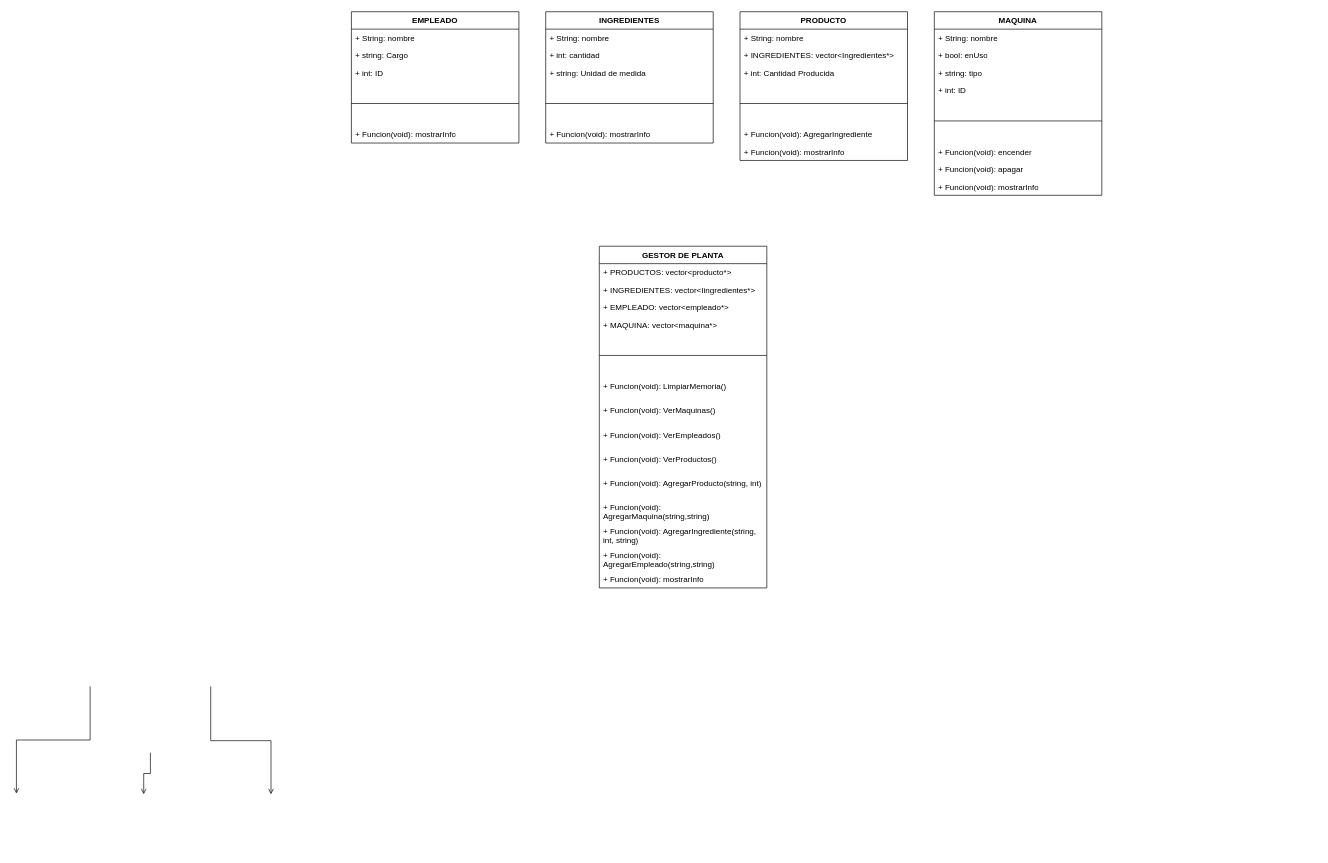
RoyGeova07/Proyecto_Progra3_Simulador-Avanzado-de-Gestion-de-una-Planta-Industrial-Inteligente keeps this draw.io diagram as DiagramaProyecto.drawio. Above is the earlier version. Source tidied: cells renumbered, new cells numbered last; positions are measured from the earlier drawing's top-left corner, leaving out a move shared by most shapes. Both pictures are drawn from the tidied source at 67%, with x=0, y=0 at pixel (16, 11).
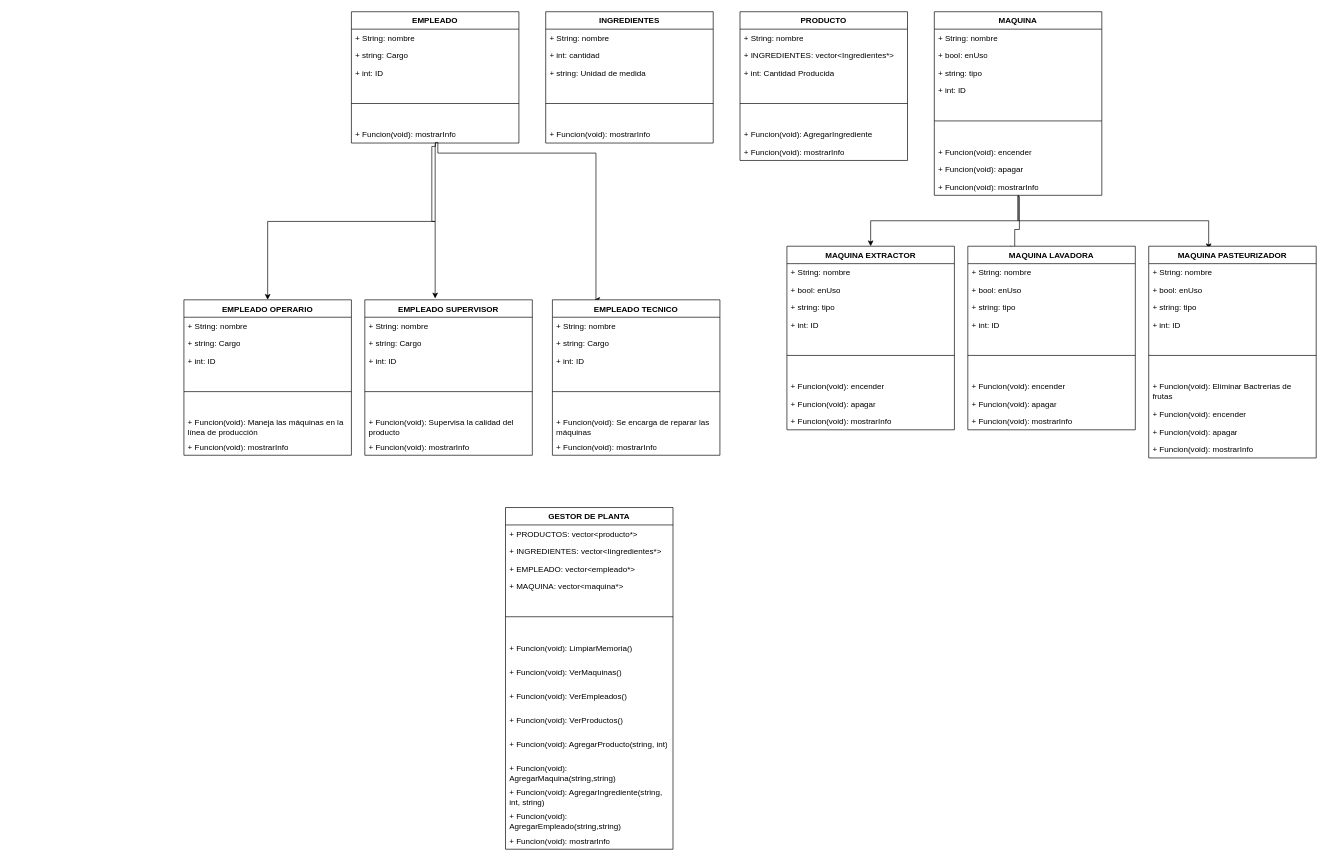
The same diagram, later.

The change refers to these unchanged cells:
```xml
<mxCell id="18" value="EMPLEADO" style="swimlane;fontStyle=1;align=center;verticalAlign=top;horizontal=1;startSize=26;whiteSpace=wrap;html=1;" parent="1" vertex="1">
  <mxGeometry x="500" width="250" height="196" as="geometry" />
</mxCell>
<mxCell id="23" value="+ Funcion(void): mostrarInfo" style="text;strokeColor=none;fillColor=none;align=left;verticalAlign=top;spacingLeft=4;spacingRight=4;overflow=hidden;points=[[0,0.5],[1,0.5]];portConstraint=eastwest;whiteSpace=wrap;html=1;" parent="18" vertex="1">
  <mxGeometry y="170" width="250" height="26" as="geometry" />
</mxCell>
<mxCell id="24" value="MAQUINA" style="swimlane;fontStyle=1;align=center;verticalAlign=top;horizontal=1;startSize=26;whiteSpace=wrap;html=1;" parent="1" vertex="1">
  <mxGeometry x="1370" width="250" height="274" as="geometry" />
</mxCell>
<mxCell id="32" value="+ Funcion(void): mostrarInfo" style="text;strokeColor=none;fillColor=none;align=left;verticalAlign=top;spacingLeft=4;spacingRight=4;overflow=hidden;points=[[0,0.5],[1,0.5]];portConstraint=eastwest;whiteSpace=wrap;html=1;" parent="24" vertex="1">
  <mxGeometry y="248" width="250" height="26" as="geometry" />
</mxCell>
```

Diff of the diagram source:
```diff
@@
-    <mxCell id="2" style="endArrow=open;shadow=0;strokeWidth=1;rounded=0;curved=0;endFill=1;edgeStyle=elbowEdgeStyle;elbow=vertical;exitX=0;exitY=0.5;exitDx=0;exitDy=0;entryX=0.5;entryY=0;entryDx=0;entryDy=0;" parent="1" edge="1">
-      <mxGeometry x="0.5" y="41" relative="1" as="geometry">
-        <mxPoint x="110" y="1007" as="sourcePoint" />
-        <mxPoint y="1167" as="targetPoint" />
-        <mxPoint x="-40" y="32" as="offset" />
-      </mxGeometry>
-    </mxCell>
-    <mxCell id="3" style="endArrow=open;shadow=0;strokeWidth=1;rounded=0;curved=0;endFill=1;edgeStyle=elbowEdgeStyle;elbow=vertical;entryX=0.5;entryY=0;entryDx=0;entryDy=0;exitX=0.5;exitY=1;exitDx=0;exitDy=0;" parent="1" edge="1">
-      <mxGeometry x="0.5" y="41" relative="1" as="geometry">
-        <mxPoint x="200" y="1106" as="sourcePoint" />
-        <mxPoint x="190" y="1168" as="targetPoint" />
-        <mxPoint x="-40" y="32" as="offset" />
-      </mxGeometry>
-    </mxCell>
-    <mxCell id="4" style="endArrow=open;shadow=0;strokeWidth=1;rounded=0;curved=0;endFill=1;edgeStyle=elbowEdgeStyle;elbow=vertical;exitX=1;exitY=0.5;exitDx=0;exitDy=0;entryX=0.5;entryY=0;entryDx=0;entryDy=0;" parent="1" edge="1">
-      <mxGeometry x="0.5" y="41" relative="1" as="geometry">
-        <mxPoint x="290" y="1007" as="sourcePoint" />
-        <mxPoint x="380" y="1168" as="targetPoint" />
-        <mxPoint x="-40" y="32" as="offset" />
-      </mxGeometry>
-    </mxCell>
@@
+    <mxCell id="48" style="edgeStyle=orthogonalEdgeStyle;rounded=0;jettySize=auto;html=1;" parent="1" edge="1" source="18" target="50">
+      <mxGeometry relative="1" as="geometry" />
+    </mxCell>
@@
+    <mxCell id="49" style="edgeStyle=orthogonalEdgeStyle;rounded=0;jettySize=auto;html=1;" parent="1" edge="1" source="24" target="73">
+      <mxGeometry relative="1" as="geometry" />
+    </mxCell>
@@
     <mxCell id="33" value="GESTOR DE PLANTA" style="swimlane;fontStyle=1;align=center;verticalAlign=top;horizontal=1;startSize=26;whiteSpace=wrap;html=1;" parent="1" vertex="1">
-      <mxGeometry x="870" y="350" width="250" height="510" as="geometry" />
+      <mxGeometry x="730" y="740" width="250" height="510" as="geometry" />
     </mxCell>
@@
+    <mxCell id="50" value="EMPLEADO OPERARIO" style="swimlane;fontStyle=1;align=center;verticalAlign=top;horizontal=1;startSize=26;whiteSpace=wrap;html=1;" parent="1" vertex="1">
+      <mxGeometry x="250" y="430" width="250" height="232" as="geometry" />
+    </mxCell>
+    <mxCell id="51" value="+ String: nombre" style="text;strokeColor=none;fillColor=none;align=left;verticalAlign=top;spacingLeft=4;spacingRight=4;overflow=hidden;whiteSpace=wrap;html=1;" parent="50" vertex="1">
+      <mxGeometry y="26" width="250" height="26" as="geometry" />
+    </mxCell>
+    <mxCell id="52" value="+ string: Cargo" style="text;strokeColor=none;fillColor=none;align=left;verticalAlign=top;spacingLeft=4;spacingRight=4;overflow=hidden;whiteSpace=wrap;html=1;" parent="50" vertex="1">
+      <mxGeometry y="52" width="250" height="26" as="geometry" />
+    </mxCell>
+    <mxCell id="53" value="+ int: ID" style="text;strokeColor=none;fillColor=none;align=left;verticalAlign=top;spacingLeft=4;spacingRight=4;overflow=hidden;whiteSpace=wrap;html=1;" parent="50" vertex="1">
+      <mxGeometry y="78" width="250" height="26" as="geometry" />
+    </mxCell>
+    <mxCell id="54" style="line;strokeWidth=1;fillColor=none;align=left;verticalAlign=middle;spacingTop=-1;spacingLeft=3;spacingRight=3;labelPosition=right;strokeColor=inherit;" parent="50" vertex="1">
+      <mxGeometry y="104" width="250" height="66" as="geometry" />
+    </mxCell>
+    <mxCell id="55" value="+ Funcion(void):&amp;nbsp;Maneja las máquinas en la línea de producción" style="text;strokeColor=none;fillColor=none;align=left;verticalAlign=top;spacingLeft=4;spacingRight=4;overflow=hidden;whiteSpace=wrap;html=1;" parent="50" vertex="1">
+      <mxGeometry y="170" width="250" height="36" as="geometry" />
+    </mxCell>
+    <mxCell id="56" value="+ Funcion(void): mostrarInfo" style="text;strokeColor=none;fillColor=none;align=left;verticalAlign=top;spacingLeft=4;spacingRight=4;overflow=hidden;whiteSpace=wrap;html=1;" parent="50" vertex="1">
+      <mxGeometry y="206" width="250" height="26" as="geometry" />
+    </mxCell>
+    <mxCell id="57" style="edgeStyle=orthogonalEdgeStyle;rounded=0;jettySize=auto;html=1;exitX=0.502;exitY=1.011;exitDx=0;exitDy=0;exitPerimeter=0;entryX=0.42;entryY=-0.009;entryDx=0;entryDy=0;entryPerimeter=0;" parent="1" edge="1" source="23" target="58">
+      <mxGeometry relative="1" as="geometry">
+        <Array as="points">
+          <mxPoint x="626" y="201" />
+          <mxPoint x="620" y="201" />
+          <mxPoint x="620" y="313" />
+          <mxPoint x="625" y="313" />
+        </Array>
+      </mxGeometry>
+    </mxCell>
+    <mxCell id="58" value="EMPLEADO SUPERVISOR" style="swimlane;fontStyle=1;align=center;verticalAlign=top;horizontal=1;startSize=26;whiteSpace=wrap;html=1;" parent="1" vertex="1">
+      <mxGeometry x="520" y="430" width="250" height="232" as="geometry" />
+    </mxCell>
+    <mxCell id="59" value="+ String: nombre" style="text;strokeColor=none;fillColor=none;align=left;verticalAlign=top;spacingLeft=4;spacingRight=4;overflow=hidden;whiteSpace=wrap;html=1;" parent="58" vertex="1">
+      <mxGeometry y="26" width="250" height="26" as="geometry" />
+    </mxCell>
+    <mxCell id="60" value="+ string: Cargo" style="text;strokeColor=none;fillColor=none;align=left;verticalAlign=top;spacingLeft=4;spacingRight=4;overflow=hidden;whiteSpace=wrap;html=1;" parent="58" vertex="1">
+      <mxGeometry y="52" width="250" height="26" as="geometry" />
+    </mxCell>
+    <mxCell id="61" value="+ int: ID" style="text;strokeColor=none;fillColor=none;align=left;verticalAlign=top;spacingLeft=4;spacingRight=4;overflow=hidden;whiteSpace=wrap;html=1;" parent="58" vertex="1">
+      <mxGeometry y="78" width="250" height="26" as="geometry" />
+    </mxCell>
+    <mxCell id="62" style="line;strokeWidth=1;fillColor=none;align=left;verticalAlign=middle;spacingTop=-1;spacingLeft=3;spacingRight=3;labelPosition=right;strokeColor=inherit;" parent="58" vertex="1">
+      <mxGeometry y="104" width="250" height="66" as="geometry" />
+    </mxCell>
+    <mxCell id="63" value="+ Funcion(void):&amp;nbsp;Supervisa la calidad del producto" style="text;strokeColor=none;fillColor=none;align=left;verticalAlign=top;spacingLeft=4;spacingRight=4;overflow=hidden;whiteSpace=wrap;html=1;" parent="58" vertex="1">
+      <mxGeometry y="170" width="250" height="36" as="geometry" />
+    </mxCell>
+    <mxCell id="64" value="+ Funcion(void): mostrarInfo" style="text;strokeColor=none;fillColor=none;align=left;verticalAlign=top;spacingLeft=4;spacingRight=4;overflow=hidden;whiteSpace=wrap;html=1;" parent="58" vertex="1">
+      <mxGeometry y="206" width="250" height="26" as="geometry" />
+    </mxCell>
+    <mxCell id="65" style="edgeStyle=orthogonalEdgeStyle;rounded=0;jettySize=auto;html=1;entryX=0.25;entryY=0;entryDx=0;entryDy=0;exitX=0.499;exitY=0.967;exitDx=0;exitDy=0;exitPerimeter=0;" parent="1" edge="1" source="23" target="66">
+      <mxGeometry relative="1" as="geometry">
+        <Array as="points">
+          <mxPoint x="629" y="195" />
+          <mxPoint x="629" y="211" />
+          <mxPoint x="865" y="211" />
+          <mxPoint x="865" y="430" />
+        </Array>
+      </mxGeometry>
+    </mxCell>
+    <mxCell id="66" value="EMPLEADO TECNICO" style="swimlane;fontStyle=1;align=center;verticalAlign=top;horizontal=1;startSize=26;whiteSpace=wrap;html=1;" parent="1" vertex="1">
+      <mxGeometry x="800" y="430" width="250" height="232" as="geometry" />
+    </mxCell>
+    <mxCell id="67" value="+ String: nombre" style="text;strokeColor=none;fillColor=none;align=left;verticalAlign=top;spacingLeft=4;spacingRight=4;overflow=hidden;whiteSpace=wrap;html=1;" parent="66" vertex="1">
+      <mxGeometry y="26" width="250" height="26" as="geometry" />
+    </mxCell>
+    <mxCell id="68" value="+ string: Cargo" style="text;strokeColor=none;fillColor=none;align=left;verticalAlign=top;spacingLeft=4;spacingRight=4;overflow=hidden;whiteSpace=wrap;html=1;" parent="66" vertex="1">
+      <mxGeometry y="52" width="250" height="26" as="geometry" />
+    </mxCell>
+    <mxCell id="69" value="+ int: ID" style="text;strokeColor=none;fillColor=none;align=left;verticalAlign=top;spacingLeft=4;spacingRight=4;overflow=hidden;whiteSpace=wrap;html=1;" parent="66" vertex="1">
+      <mxGeometry y="78" width="250" height="26" as="geometry" />
+    </mxCell>
+    <mxCell id="70" style="line;strokeWidth=1;fillColor=none;align=left;verticalAlign=middle;spacingTop=-1;spacingLeft=3;spacingRight=3;labelPosition=right;strokeColor=inherit;" parent="66" vertex="1">
+      <mxGeometry y="104" width="250" height="66" as="geometry" />
+    </mxCell>
+    <mxCell id="71" value="+ Funcion(void):&amp;nbsp;Se encarga de reparar las máquinas" style="text;strokeColor=none;fillColor=none;align=left;verticalAlign=top;spacingLeft=4;spacingRight=4;overflow=hidden;whiteSpace=wrap;html=1;" parent="66" vertex="1">
+      <mxGeometry y="170" width="250" height="36" as="geometry" />
+    </mxCell>
+    <mxCell id="72" value="+ Funcion(void): mostrarInfo" style="text;strokeColor=none;fillColor=none;align=left;verticalAlign=top;spacingLeft=4;spacingRight=4;overflow=hidden;whiteSpace=wrap;html=1;" parent="66" vertex="1">
+      <mxGeometry y="206" width="250" height="26" as="geometry" />
+    </mxCell>
+    <mxCell id="73" value="MAQUINA EXTRACTOR" style="swimlane;fontStyle=1;align=center;verticalAlign=top;horizontal=1;startSize=26;whiteSpace=wrap;html=1;" parent="1" vertex="1">
+      <mxGeometry x="1150" y="350" width="250" height="274" as="geometry" />
+    </mxCell>
+    <mxCell id="74" value="+ String: nombre" style="text;strokeColor=none;fillColor=none;align=left;verticalAlign=top;spacingLeft=4;spacingRight=4;overflow=hidden;whiteSpace=wrap;html=1;" parent="73" vertex="1">
+      <mxGeometry y="26" width="250" height="26" as="geometry" />
+    </mxCell>
+    <mxCell id="75" value="+ bool: enUso" style="text;strokeColor=none;fillColor=none;align=left;verticalAlign=top;spacingLeft=4;spacingRight=4;overflow=hidden;whiteSpace=wrap;html=1;" parent="73" vertex="1">
+      <mxGeometry y="52" width="250" height="26" as="geometry" />
+    </mxCell>
+    <mxCell id="76" value="+ string: tipo" style="text;strokeColor=none;fillColor=none;align=left;verticalAlign=top;spacingLeft=4;spacingRight=4;overflow=hidden;whiteSpace=wrap;html=1;" parent="73" vertex="1">
+      <mxGeometry y="78" width="250" height="26" as="geometry" />
+    </mxCell>
+    <mxCell id="77" value="+ int: ID" style="text;strokeColor=none;fillColor=none;align=left;verticalAlign=top;spacingLeft=4;spacingRight=4;overflow=hidden;whiteSpace=wrap;html=1;" parent="73" vertex="1">
+      <mxGeometry y="104" width="250" height="26" as="geometry" />
+    </mxCell>
+    <mxCell id="78" style="line;strokeWidth=1;fillColor=none;align=left;verticalAlign=middle;spacingTop=-1;spacingLeft=3;spacingRight=3;labelPosition=right;strokeColor=inherit;" parent="73" vertex="1">
+      <mxGeometry y="130" width="250" height="66" as="geometry" />
+    </mxCell>
+    <mxCell id="79" value="+ Funcion(void): encender" style="text;strokeColor=none;fillColor=none;align=left;verticalAlign=top;spacingLeft=4;spacingRight=4;overflow=hidden;whiteSpace=wrap;html=1;" parent="73" vertex="1">
+      <mxGeometry y="196" width="250" height="26" as="geometry" />
+    </mxCell>
+    <mxCell id="80" value="+ Funcion(void): apagar" style="text;strokeColor=none;fillColor=none;align=left;verticalAlign=top;spacingLeft=4;spacingRight=4;overflow=hidden;whiteSpace=wrap;html=1;" parent="73" vertex="1">
+      <mxGeometry y="222" width="250" height="26" as="geometry" />
+    </mxCell>
+    <mxCell id="81" value="+ Funcion(void): mostrarInfo" style="text;strokeColor=none;fillColor=none;align=left;verticalAlign=top;spacingLeft=4;spacingRight=4;overflow=hidden;whiteSpace=wrap;html=1;" parent="73" vertex="1">
+      <mxGeometry y="248" width="250" height="26" as="geometry" />
+    </mxCell>
+    <mxCell id="82" style="edgeStyle=orthogonalEdgeStyle;rounded=0;jettySize=auto;html=1;exitX=0.5;exitY=1.066;exitDx=0;exitDy=0;exitPerimeter=0;entryX=0.287;entryY=0.012;entryDx=0;entryDy=0;entryPerimeter=0;" parent="1" edge="1" source="32" target="83">
+      <mxGeometry relative="1" as="geometry">
+        <Array as="points">
+          <mxPoint x="1497" y="276" />
+          <mxPoint x="1497" y="325" />
+          <mxPoint x="1490" y="325" />
+          <mxPoint x="1490" y="353" />
+        </Array>
+      </mxGeometry>
+    </mxCell>
+    <mxCell id="83" value="MAQUINA LAVADORA" style="swimlane;fontStyle=1;align=center;verticalAlign=top;horizontal=1;startSize=26;whiteSpace=wrap;html=1;" parent="1" vertex="1">
+      <mxGeometry x="1420" y="350" width="250" height="274" as="geometry" />
+    </mxCell>
+    <mxCell id="84" value="+ String: nombre" style="text;strokeColor=none;fillColor=none;align=left;verticalAlign=top;spacingLeft=4;spacingRight=4;overflow=hidden;whiteSpace=wrap;html=1;" parent="83" vertex="1">
+      <mxGeometry y="26" width="250" height="26" as="geometry" />
+    </mxCell>
+    <mxCell id="85" value="+ bool: enUso" style="text;strokeColor=none;fillColor=none;align=left;verticalAlign=top;spacingLeft=4;spacingRight=4;overflow=hidden;whiteSpace=wrap;html=1;" parent="83" vertex="1">
+      <mxGeometry y="52" width="250" height="26" as="geometry" />
+    </mxCell>
+    <mxCell id="86" value="+ string: tipo" style="text;strokeColor=none;fillColor=none;align=left;verticalAlign=top;spacingLeft=4;spacingRight=4;overflow=hidden;whiteSpace=wrap;html=1;" parent="83" vertex="1">
+      <mxGeometry y="78" width="250" height="26" as="geometry" />
+    </mxCell>
+    <mxCell id="87" value="+ int: ID" style="text;strokeColor=none;fillColor=none;align=left;verticalAlign=top;spacingLeft=4;spacingRight=4;overflow=hidden;whiteSpace=wrap;html=1;" parent="83" vertex="1">
+      <mxGeometry y="104" width="250" height="26" as="geometry" />
+    </mxCell>
+    <mxCell id="88" style="line;strokeWidth=1;fillColor=none;align=left;verticalAlign=middle;spacingTop=-1;spacingLeft=3;spacingRight=3;labelPosition=right;strokeColor=inherit;" parent="83" vertex="1">
+      <mxGeometry y="130" width="250" height="66" as="geometry" />
+    </mxCell>
+    <mxCell id="89" value="+ Funcion(void): encender" style="text;strokeColor=none;fillColor=none;align=left;verticalAlign=top;spacingLeft=4;spacingRight=4;overflow=hidden;whiteSpace=wrap;html=1;" parent="83" vertex="1">
+      <mxGeometry y="196" width="250" height="26" as="geometry" />
+    </mxCell>
+    <mxCell id="90" value="+ Funcion(void): apagar" style="text;strokeColor=none;fillColor=none;align=left;verticalAlign=top;spacingLeft=4;spacingRight=4;overflow=hidden;whiteSpace=wrap;html=1;" parent="83" vertex="1">
+      <mxGeometry y="222" width="250" height="26" as="geometry" />
+    </mxCell>
+    <mxCell id="91" value="+ Funcion(void): mostrarInfo" style="text;strokeColor=none;fillColor=none;align=left;verticalAlign=top;spacingLeft=4;spacingRight=4;overflow=hidden;whiteSpace=wrap;html=1;" parent="83" vertex="1">
+      <mxGeometry y="248" width="250" height="26" as="geometry" />
+    </mxCell>
+    <mxCell id="92" style="edgeStyle=orthogonalEdgeStyle;rounded=0;jettySize=auto;html=1;exitX=0.5;exitY=1;exitDx=0;exitDy=0;entryX=0.358;entryY=0.014;entryDx=0;entryDy=0;entryPerimeter=0;" parent="1" edge="1" source="24" target="93">
+      <mxGeometry relative="1" as="geometry" />
+    </mxCell>
+    <mxCell id="93" value="MAQUINA PASTEURIZADOR" style="swimlane;fontStyle=1;align=center;verticalAlign=top;horizontal=1;startSize=26;whiteSpace=wrap;html=1;" parent="1" vertex="1">
+      <mxGeometry x="1690" y="350" width="250" height="316" as="geometry" />
+    </mxCell>
+    <mxCell id="94" value="+ String: nombre" style="text;strokeColor=none;fillColor=none;align=left;verticalAlign=top;spacingLeft=4;spacingRight=4;overflow=hidden;whiteSpace=wrap;html=1;" parent="93" vertex="1">
+      <mxGeometry y="26" width="250" height="26" as="geometry" />
+    </mxCell>
+    <mxCell id="95" value="+ bool: enUso" style="text;strokeColor=none;fillColor=none;align=left;verticalAlign=top;spacingLeft=4;spacingRight=4;overflow=hidden;whiteSpace=wrap;html=1;" parent="93" vertex="1">
+      <mxGeometry y="52" width="250" height="26" as="geometry" />
+    </mxCell>
+    <mxCell id="96" value="+ string: tipo" style="text;strokeColor=none;fillColor=none;align=left;verticalAlign=top;spacingLeft=4;spacingRight=4;overflow=hidden;whiteSpace=wrap;html=1;" parent="93" vertex="1">
+      <mxGeometry y="78" width="250" height="26" as="geometry" />
+    </mxCell>
+    <mxCell id="97" value="+ int: ID" style="text;strokeColor=none;fillColor=none;align=left;verticalAlign=top;spacingLeft=4;spacingRight=4;overflow=hidden;whiteSpace=wrap;html=1;" parent="93" vertex="1">
+      <mxGeometry y="104" width="250" height="26" as="geometry" />
+    </mxCell>
+    <mxCell id="98" style="line;strokeWidth=1;fillColor=none;align=left;verticalAlign=middle;spacingTop=-1;spacingLeft=3;spacingRight=3;labelPosition=right;strokeColor=inherit;" parent="93" vertex="1">
+      <mxGeometry y="130" width="250" height="66" as="geometry" />
+    </mxCell>
+    <mxCell id="99" value="+ Funcion(void): Eliminar Bactrerias de frutas" style="text;strokeColor=none;fillColor=none;align=left;verticalAlign=top;spacingLeft=4;spacingRight=4;overflow=hidden;whiteSpace=wrap;html=1;" parent="93" vertex="1">
+      <mxGeometry y="196" width="250" height="42" as="geometry" />
+    </mxCell>
+    <mxCell id="100" value="+ Funcion(void): encender" style="text;strokeColor=none;fillColor=none;align=left;verticalAlign=top;spacingLeft=4;spacingRight=4;overflow=hidden;whiteSpace=wrap;html=1;" parent="93" vertex="1">
+      <mxGeometry y="238" width="250" height="26" as="geometry" />
+    </mxCell>
+    <mxCell id="101" value="+ Funcion(void): apagar" style="text;strokeColor=none;fillColor=none;align=left;verticalAlign=top;spacingLeft=4;spacingRight=4;overflow=hidden;whiteSpace=wrap;html=1;" parent="93" vertex="1">
+      <mxGeometry y="264" width="250" height="26" as="geometry" />
+    </mxCell>
+    <mxCell id="102" value="+ Funcion(void): mostrarInfo" style="text;strokeColor=none;fillColor=none;align=left;verticalAlign=top;spacingLeft=4;spacingRight=4;overflow=hidden;whiteSpace=wrap;html=1;" parent="93" vertex="1">
+      <mxGeometry y="290" width="250" height="26" as="geometry" />
+    </mxCell>
```
